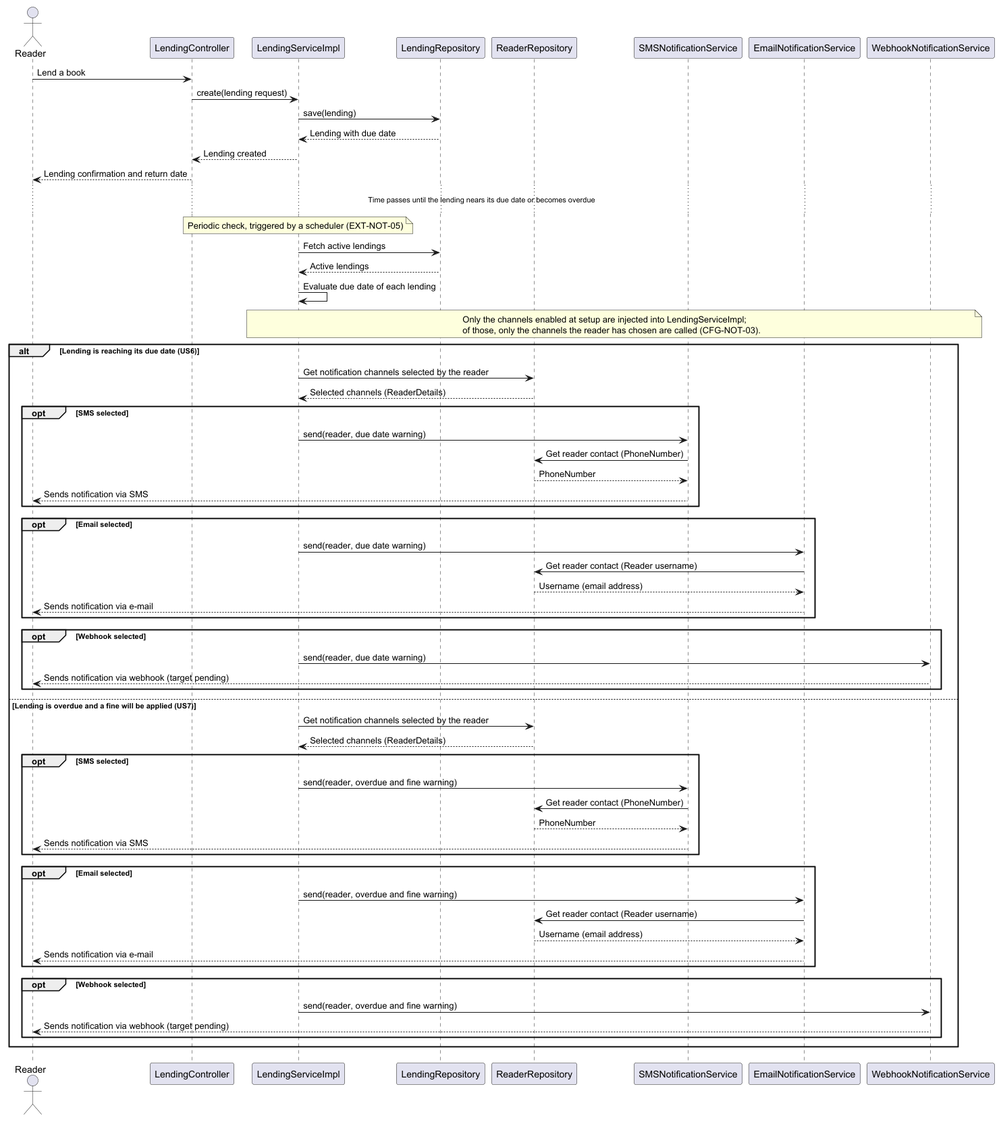
Max1124/ARQSOFT_ODSOFT_G6 keeps this PlantUML diagram as Docs/DocsMasterDegree/system-to-be/Images/NotificationMethodsExtensibilitySequence.png. Above is the earlier version.
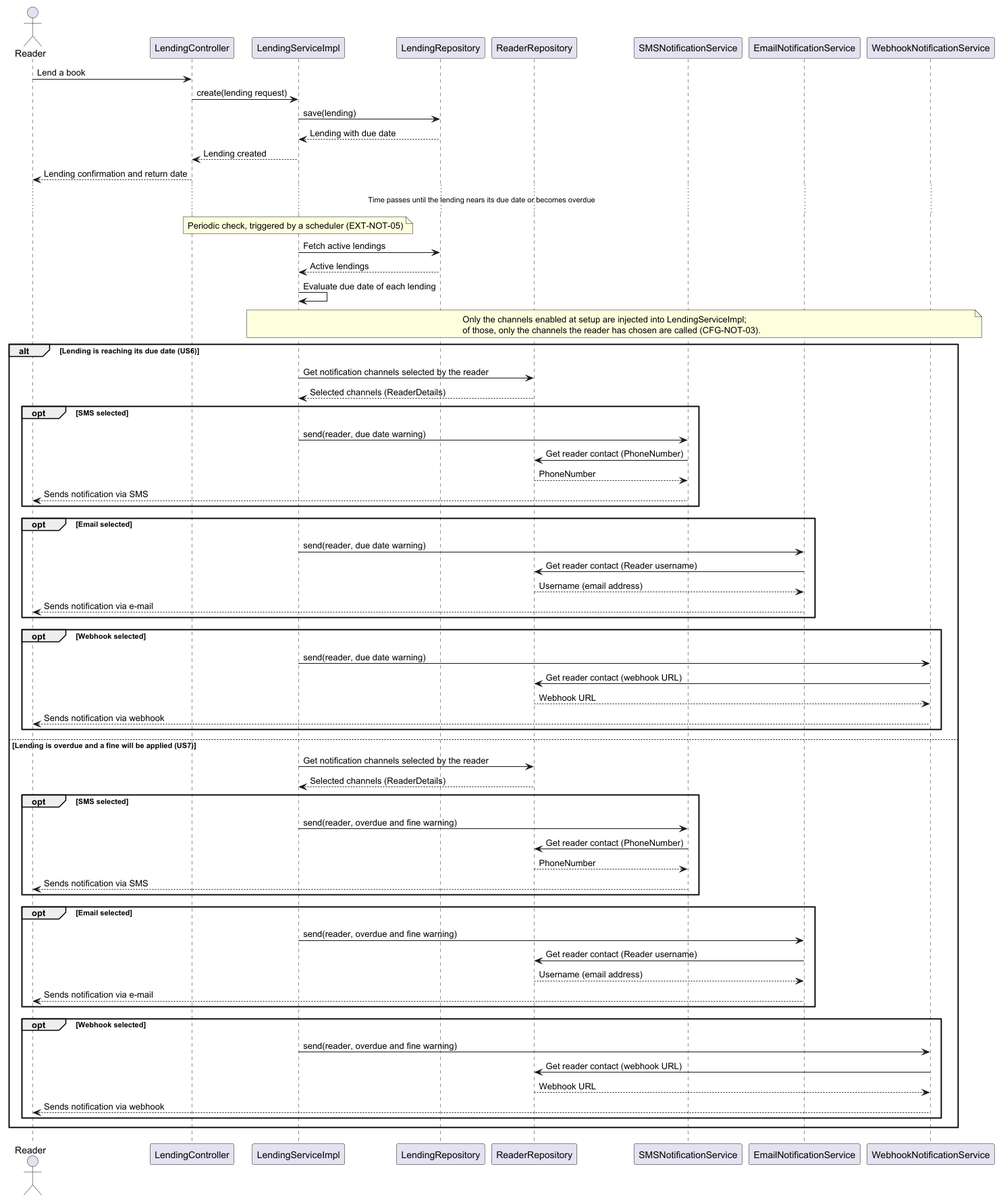
The same file after the commit.

The edit, as a diff of the source:
```diff
@@ -44,7 +44,9 @@
     end
     opt Webhook selected
         Lending -> Webhook : send(reader, due date warning)
-        Webhook --> Reader : Sends notification via webhook (target pending)
+        Webhook -> RRepo : Get reader contact (webhook URL)
+        RRepo --> Webhook : Webhook URL
+        Webhook --> Reader : Sends notification via webhook
     end
 else Lending is overdue and a fine will be applied (US7)
     Lending -> RRepo : Get notification channels selected by the reader
@@ -63,7 +65,9 @@
     end
     opt Webhook selected
         Lending -> Webhook : send(reader, overdue and fine warning)
-        Webhook --> Reader : Sends notification via webhook (target pending)
+        Webhook -> RRepo : Get reader contact (webhook URL)
+        RRepo --> Webhook : Webhook URL
+        Webhook --> Reader : Sends notification via webhook
     end
 end
 @enduml
```
